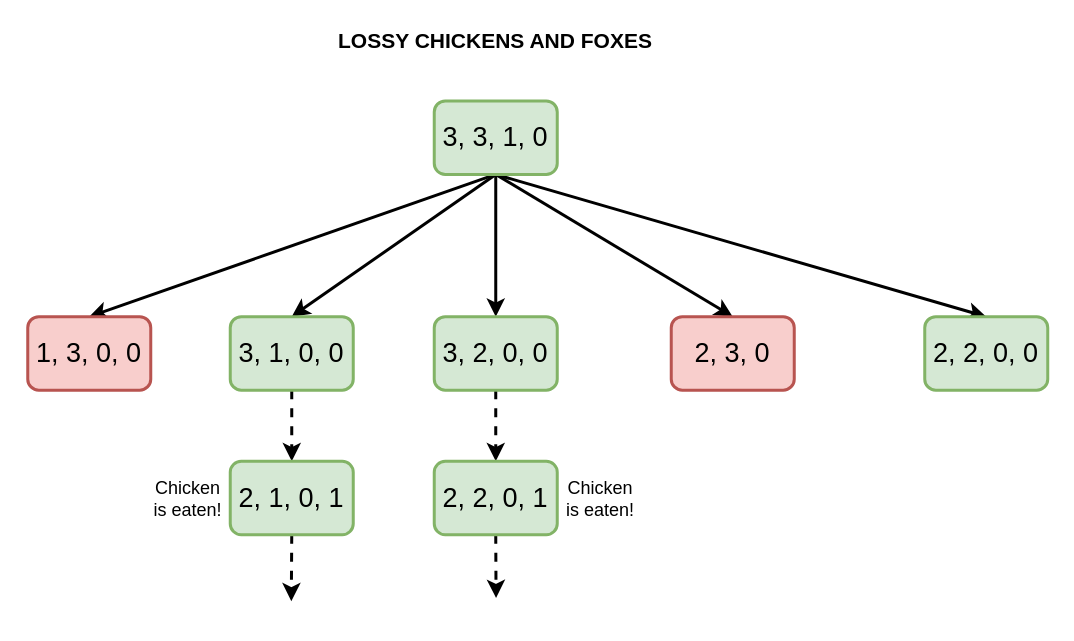
Before: page "Lossy_chickens_and_foxes" (4 of 4) of ChickensAndFoxes/docs/graph_diagram.drawio in spencerbertsch1/AI, a draw.io diagram. Source tidied: cells renumbered, new cells numbered last; positions are measured from the earlier drawing's top-left corner, leaving out a move shared by most shapes. Both pictures are drawn from the tidied source at 150%, with x=0, y=0 at pixel (27, 26).
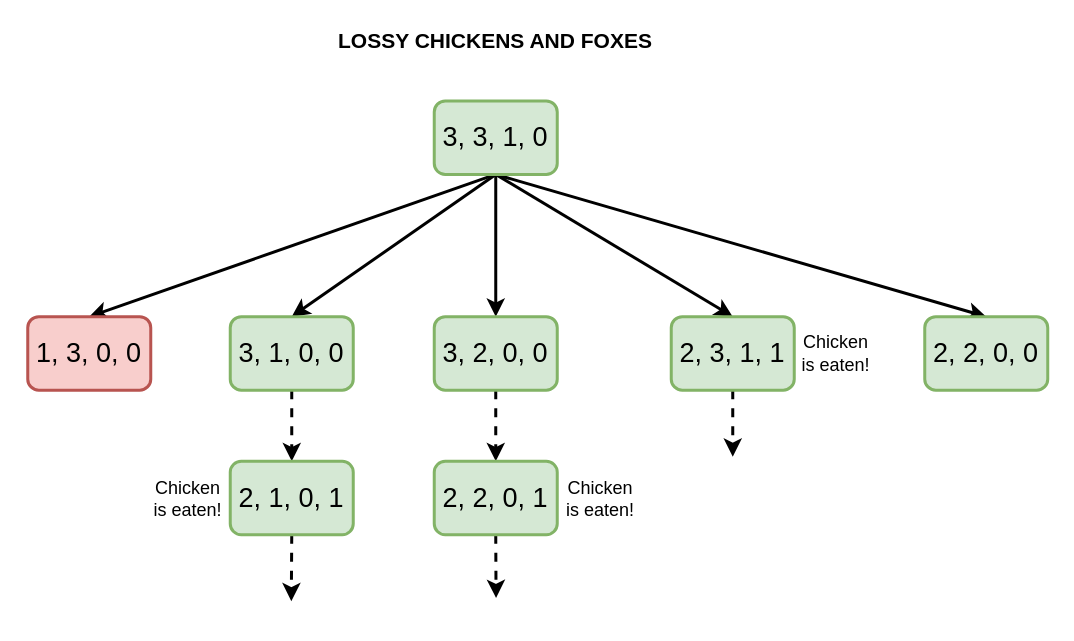
After the change.

Commit message (it also covers changes not shown here):
add lossy diagrams

The edit, as a diff of the source:
```diff
@@
+    <mxCell id="22" style="edgeStyle=none;rounded=0;jettySize=auto;html=1;exitX=0.5;exitY=1;exitDx=0;exitDy=0;dashed=1;strokeColor=#000000;strokeWidth=2;" parent="1" edge="1" source="10">
+      <mxGeometry relative="1" as="geometry">
+        <mxPoint x="470" y="287" as="targetPoint" />
+      </mxGeometry>
+    </mxCell>
-    <mxCell id="10" value="&lt;font style=&quot;font-size: 18px&quot;&gt;2, 3, 0&lt;/font&gt;" style="rounded=1;whiteSpace=wrap;html=1;fillColor=#f8cecc;strokeColor=#b85450;strokeWidth=2;" parent="1" vertex="1">
+    <mxCell id="10" value="&lt;font style=&quot;font-size: 18px&quot;&gt;2, 3, 1, 1&lt;/font&gt;" style="rounded=1;whiteSpace=wrap;html=1;fillColor=#d5e8d4;strokeColor=#82b366;strokeWidth=2;" parent="1" vertex="1">
       <mxGeometry x="429" y="193.6" width="82" height="49" as="geometry" />
     </mxCell>
@@
+    <mxCell id="23" value="Chicken is eaten!" style="text;html=1;strokeColor=none;fillColor=none;align=center;verticalAlign=middle;whiteSpace=wrap;rounded=0;" parent="1" vertex="1">
+      <mxGeometry x="514" y="208.1" width="50" height="20" as="geometry" />
+    </mxCell>
```
